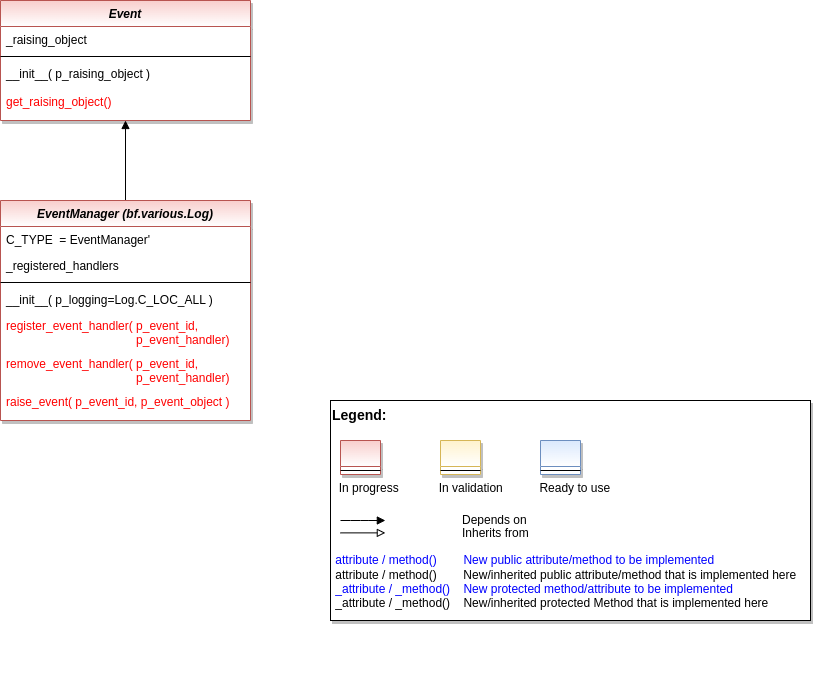
Before: doc/rtd/content/append2/core/images/bf/MLPro-BF-Events_class_diagram.drawio.png, a diagram exported from draw.io (fhswf/MLPro). Source tidied: cells renumbered, new cells last; positions are measured from the earlier drawing's top-left corner, leaving out a move shared by most shapes.
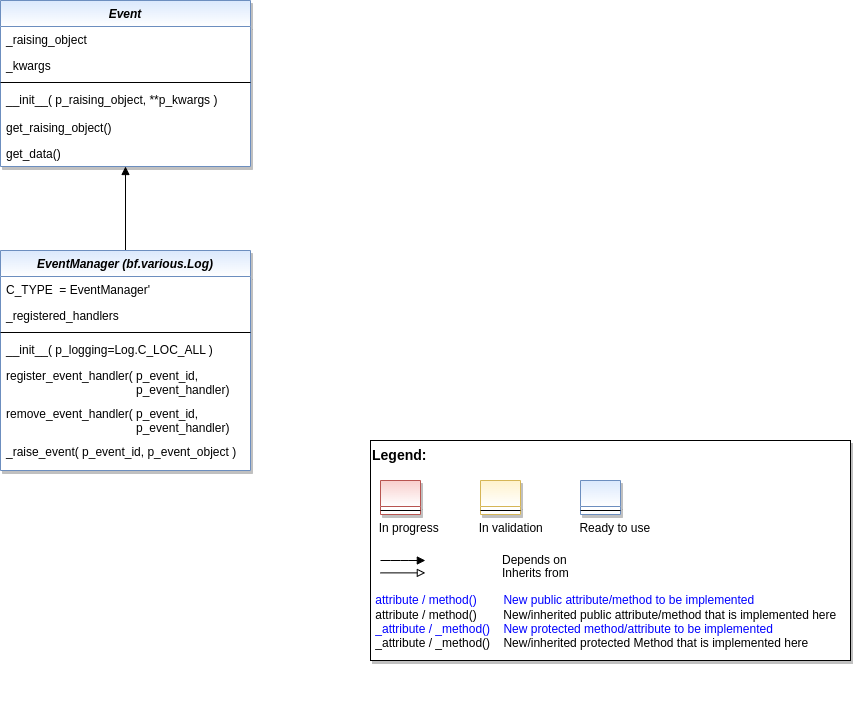
After the commit.

Commit message:
BF: Event handling

Change to the diagram source:
```diff
@@ -5,8 +5,8 @@
     <mxCell id="2" style="edgeStyle=orthogonalEdgeStyle;rounded=0;jettySize=auto;html=1;entryX=0.5;entryY=1;entryDx=0;entryDy=0;endArrow=block;endFill=1;" parent="1" edge="1" source="3" target="11">
       <mxGeometry relative="1" as="geometry" />
     </mxCell>
-    <mxCell id="3" value="EventManager (bf.various.Log)" style="swimlane;fontStyle=3;align=center;verticalAlign=top;horizontal=1;startSize=26;rounded=0;shadow=1;strokeWidth=1;fillColor=#f8cecc;strokeColor=#b85450;swimlaneFillColor=#ffffff;gradientColor=#ffffff;" parent="1" vertex="1">
-      <mxGeometry y="200" width="250" height="220" as="geometry" />
+    <mxCell id="3" value="EventManager (bf.various.Log)" style="swimlane;fontStyle=3;align=center;verticalAlign=top;horizontal=1;startSize=26;rounded=0;shadow=1;strokeWidth=1;fillColor=#dae8fc;strokeColor=#6c8ebf;swimlaneFillColor=#ffffff;gradientColor=#ffffff;" parent="1" vertex="1">
+      <mxGeometry y="250" width="250" height="220" as="geometry" />
     </mxCell>
     <mxCell id="4" value="C_TYPE  = EventManager'" style="text;align=left;verticalAlign=top;spacingLeft=4;spacingRight=4;overflow=hidden;" parent="3" vertex="1">
       <mxGeometry y="26" width="250" height="26" as="geometry" />
@@ -20,32 +20,38 @@
     <mxCell id="7" value="__init__( p_logging=Log.C_LOC_ALL )" style="text;align=left;verticalAlign=top;spacingLeft=4;spacingRight=4;overflow=hidden;" parent="3" vertex="1">
       <mxGeometry y="86" width="250" height="26" as="geometry" />
     </mxCell>
-    <mxCell id="8" value="register_event_handler( p_event_id, &#10;                                       p_event_handler)" style="text;align=left;verticalAlign=top;spacingLeft=4;spacingRight=4;overflow=hidden;fontColor=#FF0000;" parent="3" vertex="1">
+    <mxCell id="8" value="register_event_handler( p_event_id, &#10;                                       p_event_handler)" style="text;align=left;verticalAlign=top;spacingLeft=4;spacingRight=4;overflow=hidden;fontColor=default;" parent="3" vertex="1">
       <mxGeometry y="112" width="250" height="38" as="geometry" />
     </mxCell>
-    <mxCell id="9" value="remove_event_handler( p_event_id, &#10;                                       p_event_handler)" style="text;align=left;verticalAlign=top;spacingLeft=4;spacingRight=4;overflow=hidden;fontColor=#FF0000;" parent="3" vertex="1">
+    <mxCell id="9" value="remove_event_handler( p_event_id, &#10;                                       p_event_handler)" style="text;align=left;verticalAlign=top;spacingLeft=4;spacingRight=4;overflow=hidden;fontColor=default;" parent="3" vertex="1">
       <mxGeometry y="150" width="250" height="38" as="geometry" />
     </mxCell>
-    <mxCell id="10" value="raise_event( p_event_id, p_event_object )" style="text;align=left;verticalAlign=top;spacingLeft=4;spacingRight=4;overflow=hidden;fontColor=#FF0000;" parent="3" vertex="1">
+    <mxCell id="10" value="_raise_event( p_event_id, p_event_object )" style="text;align=left;verticalAlign=top;spacingLeft=4;spacingRight=4;overflow=hidden;fontColor=default;" parent="3" vertex="1">
       <mxGeometry y="188" width="250" height="32" as="geometry" />
     </mxCell>
-    <mxCell id="11" value="Event" style="swimlane;fontStyle=3;align=center;verticalAlign=top;horizontal=1;startSize=26;rounded=0;shadow=1;strokeWidth=1;fillColor=#f8cecc;strokeColor=#b85450;glass=0;swimlaneFillColor=#ffffff;gradientColor=#ffffff;" parent="1" vertex="1">
-      <mxGeometry width="250" height="120" as="geometry" />
+    <mxCell id="11" value="Event" style="swimlane;fontStyle=3;align=center;verticalAlign=top;horizontal=1;startSize=26;rounded=0;shadow=1;strokeWidth=1;fillColor=#dae8fc;strokeColor=#6c8ebf;glass=0;swimlaneFillColor=#ffffff;gradientColor=#ffffff;" parent="1" vertex="1">
+      <mxGeometry width="250" height="166" as="geometry" />
     </mxCell>
     <mxCell id="12" value="_raising_object" style="text;align=left;verticalAlign=top;spacingLeft=4;spacingRight=4;overflow=hidden;" parent="11" vertex="1">
       <mxGeometry y="26" width="250" height="26" as="geometry" />
     </mxCell>
+    <mxCell id="26" value="_kwargs" style="text;align=left;verticalAlign=top;spacingLeft=4;spacingRight=4;overflow=hidden;" parent="11" vertex="1">
+      <mxGeometry y="52" width="250" height="26" as="geometry" />
+    </mxCell>
     <mxCell id="13" style="line;html=1;strokeWidth=1;align=left;verticalAlign=middle;spacingTop=-1;spacingLeft=3;spacingRight=3;labelPosition=right;" parent="11" vertex="1">
-      <mxGeometry y="52" width="250" height="8" as="geometry" />
+      <mxGeometry y="78" width="250" height="8" as="geometry" />
     </mxCell>
-    <mxCell id="14" value="__init__( p_raising_object )" style="text;align=left;verticalAlign=top;spacingLeft=4;spacingRight=4;overflow=hidden;" parent="11" vertex="1">
-      <mxGeometry y="60" width="250" height="28" as="geometry" />
+    <mxCell id="14" value="__init__( p_raising_object, **p_kwargs )" style="text;align=left;verticalAlign=top;spacingLeft=4;spacingRight=4;overflow=hidden;" parent="11" vertex="1">
+      <mxGeometry y="86" width="250" height="28" as="geometry" />
     </mxCell>
-    <mxCell id="15" value="get_raising_object()" style="text;align=left;verticalAlign=top;spacingLeft=4;spacingRight=4;overflow=hidden;fontColor=#FF0000;" parent="11" vertex="1">
-      <mxGeometry y="88" width="250" height="26" as="geometry" />
+    <mxCell id="15" value="get_raising_object()" style="text;align=left;verticalAlign=top;spacingLeft=4;spacingRight=4;overflow=hidden;fontColor=default;" parent="11" vertex="1">
+      <mxGeometry y="114" width="250" height="26" as="geometry" />
     </mxCell>
+    <mxCell id="27" value="get_data()" style="text;align=left;verticalAlign=top;spacingLeft=4;spacingRight=4;overflow=hidden;fontColor=default;" parent="11" vertex="1">
+      <mxGeometry y="140" width="250" height="26" as="geometry" />
+    </mxCell>
     <mxCell id="16" style="group;" parent="1" vertex="1">
-      <mxGeometry x="330" y="400" width="480" height="220" as="geometry" />
+      <mxGeometry x="370" y="440" width="480" height="220" as="geometry" />
     </mxCell>
     <mxCell id="17" value="&lt;font color=&quot;#000000&quot; size=&quot;1&quot;&gt;&lt;b style=&quot;font-size: 14px&quot;&gt;Legend:&lt;br&gt;&lt;/b&gt;&lt;/font&gt;&lt;br&gt;&lt;br&gt;&lt;br&gt;&lt;font color=&quot;#0000ff&quot; style=&quot;font-size: 6px&quot;&gt;&lt;br&gt;&lt;/font&gt;&lt;span style=&quot;color: rgb(0 , 0 , 0)&quot;&gt;&lt;font style=&quot;font-size: 4px&quot;&gt;&amp;nbsp; &amp;nbsp;&lt;/font&gt;&amp;nbsp;In progress&amp;nbsp; &amp;nbsp; &amp;nbsp; &amp;nbsp; &amp;nbsp; &amp;nbsp; In validation&amp;nbsp; &amp;nbsp; &amp;nbsp; &amp;nbsp; &amp;nbsp; &amp;nbsp;Ready to use&lt;/span&gt;&lt;font color=&quot;#000000&quot;&gt;&amp;nbsp;&lt;br&gt;&lt;/font&gt;&lt;font color=&quot;#0000ff&quot;&gt;&lt;br&gt;&lt;br&gt;&lt;br&gt;&lt;br&gt;&amp;nbsp;attribute / method()&amp;nbsp; &amp;nbsp; &amp;nbsp; &amp;nbsp; New public attribute/method to be implemented&lt;/font&gt;&lt;br&gt;&lt;font color=&quot;#000000&quot;&gt;&amp;nbsp;&lt;/font&gt;&lt;font color=&quot;#000000&quot;&gt;attribute / method()&lt;span&gt;&#9;&lt;/span&gt;&amp;nbsp; &amp;nbsp; &amp;nbsp; &amp;nbsp;New/inherited public attribute/method that is implemented here&lt;br&gt;&lt;/font&gt;&lt;font color=&quot;#0000ff&quot;&gt;&amp;nbsp;_attribute /&amp;nbsp;&lt;/font&gt;&lt;font color=&quot;#0000ff&quot;&gt;_method()&amp;nbsp; &amp;nbsp; New protected method/attribute to be implemented&lt;/font&gt;&lt;br&gt;&lt;font color=&quot;#000000&quot;&gt;&amp;nbsp;_attribute / _method()&amp;nbsp; &amp;nbsp; New/inherited protected Method that is implemented here&lt;br&gt;&lt;/font&gt;&lt;font color=&quot;#000000&quot;&gt;&lt;br&gt;&lt;br&gt;&lt;br&gt;&lt;br&gt;&lt;br&gt;&lt;/font&gt;" style="text;html=1;align=left;verticalAlign=top;whiteSpace=wrap;rounded=0;fontColor=#006600;strokeColor=#000000;shadow=1;fillColor=#ffffff;" parent="16" vertex="1">
       <mxGeometry width="480" height="220" as="geometry" />
```
